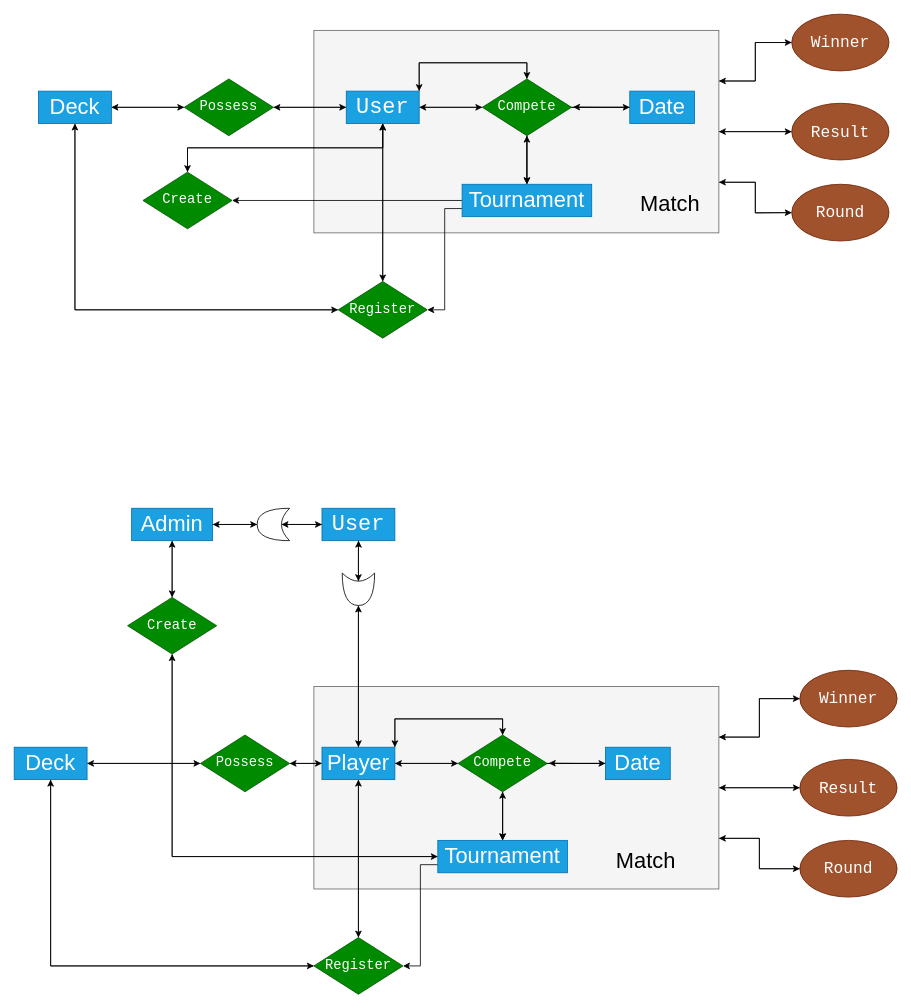
Earlier version of the draw.io diagram img/Diagrama sin título.drawio (davidalba2001/Numeric-Methods). Source tidied: cells renumbered, new cells numbered last; positions are measured from the earlier drawing's top-left corner, leaving out a move shared by most shapes. Both pictures are drawn from the tidied source at 81%, with x=0, y=0 at pixel (14, 14).
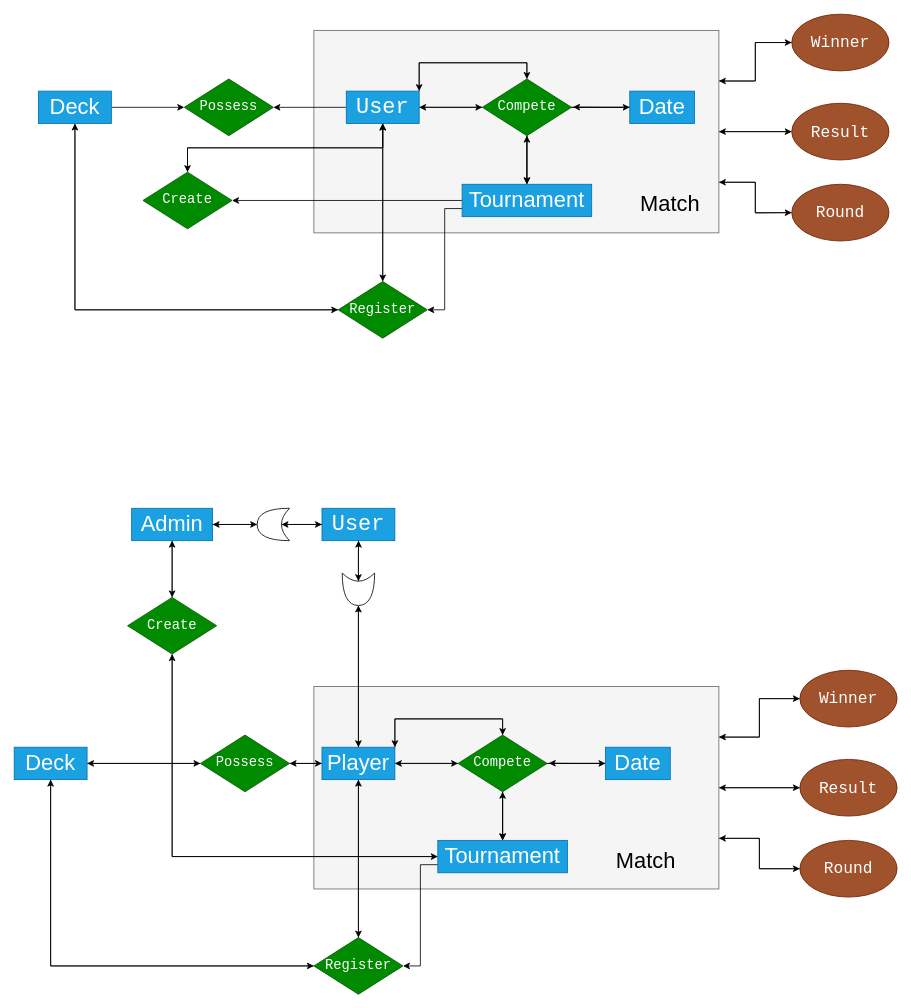
The same diagram, later.

Unchanged cells that the change refers to:
```xml
<mxCell id="8" value="&lt;font style=&quot;font-size: 27px;&quot;&gt;Deck&lt;/font&gt;" style="rounded=0;whiteSpace=wrap;html=1;fillColor=#1ba1e2;strokeColor=#006EAF;fontColor=#ffffff;" parent="1" vertex="1">
  <mxGeometry x="30" y="95" width="90" height="40" as="geometry" />
</mxCell>
<mxCell id="18" value="&lt;pre dir=&quot;ltr&quot; style=&quot;text-align: left; line-height: 100%; font-size: 27px;&quot; id=&quot;tw-target-text&quot; class=&quot;tw-data-text tw-text-large tw-ta&quot;&gt;&lt;font style=&quot;font-size: 27px;&quot;&gt;User&lt;/font&gt;&lt;/pre&gt;" style="rounded=0;whiteSpace=wrap;html=1;fillColor=#1ba1e2;strokeColor=#006EAF;fontColor=#ffffff;" parent="1" vertex="1">
  <mxGeometry x="410" y="95" width="90" height="40" as="geometry" />
</mxCell>
<mxCell id="34" value="&lt;div class=&quot;QmZWSe&quot;&gt;&lt;div class=&quot;DHcWmd&quot;&gt;&lt;/div&gt;&lt;/div&gt;&lt;pre dir=&quot;ltr&quot; style=&quot;text-align: left; font-size: 17px;&quot; id=&quot;tw-target-text&quot; class=&quot;tw-data-text tw-text-large tw-ta&quot;&gt;Possess&lt;/pre&gt;" style="rhombus;whiteSpace=wrap;html=1;fillColor=#008a00;fontColor=#ffffff;strokeColor=#005700;" parent="1" vertex="1">
  <mxGeometry x="210" y="80" width="110" height="70" as="geometry" />
</mxCell>
```

What changed in the source:
```diff
@@
-    <mxCell id="32" style="edgeStyle=orthogonalEdgeStyle;rounded=0;jettySize=auto;html=1;exitX=1;exitY=0.5;exitDx=0;exitDy=0;entryX=0;entryY=0.5;entryDx=0;entryDy=0;" parent="1" edge="1" source="34" target="18">
-      <mxGeometry relative="1" as="geometry" />
-    </mxCell>
-    <mxCell id="33" style="edgeStyle=orthogonalEdgeStyle;rounded=0;jettySize=auto;html=1;exitX=0;exitY=0.5;exitDx=0;exitDy=0;entryX=1;entryY=0.5;entryDx=0;entryDy=0;" parent="1" edge="1" source="34" target="8">
-      <mxGeometry relative="1" as="geometry" />
-    </mxCell>
```
